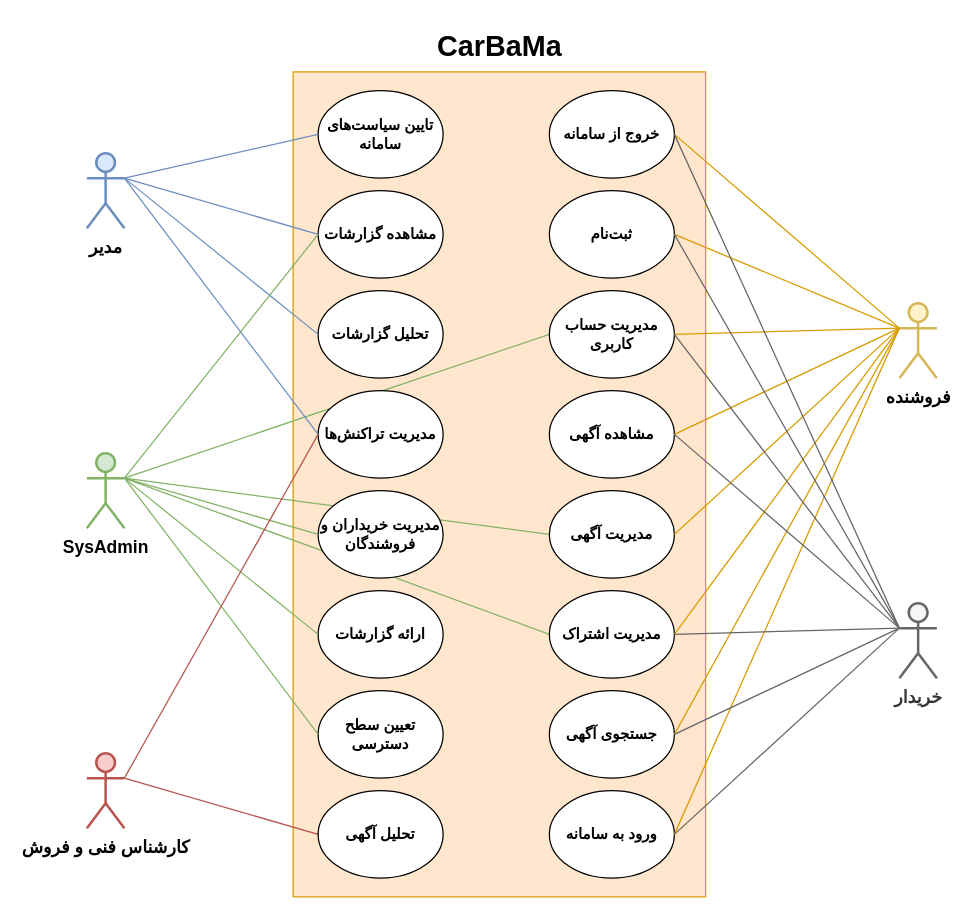
This is UseCase/Diagram/UseCaseDiagram.drawio from MelvinMo/CarBaMa_Automotive-Sale-Application, a draw.io file, before an edit. Source tidied: cells renumbered, new cells numbered last; positions are measured from the earlier drawing's top-left corner, leaving out a move shared by most shapes. Both pictures are drawn from the tidied source at 125%, with x=0, y=0 at pixel (86, 21).
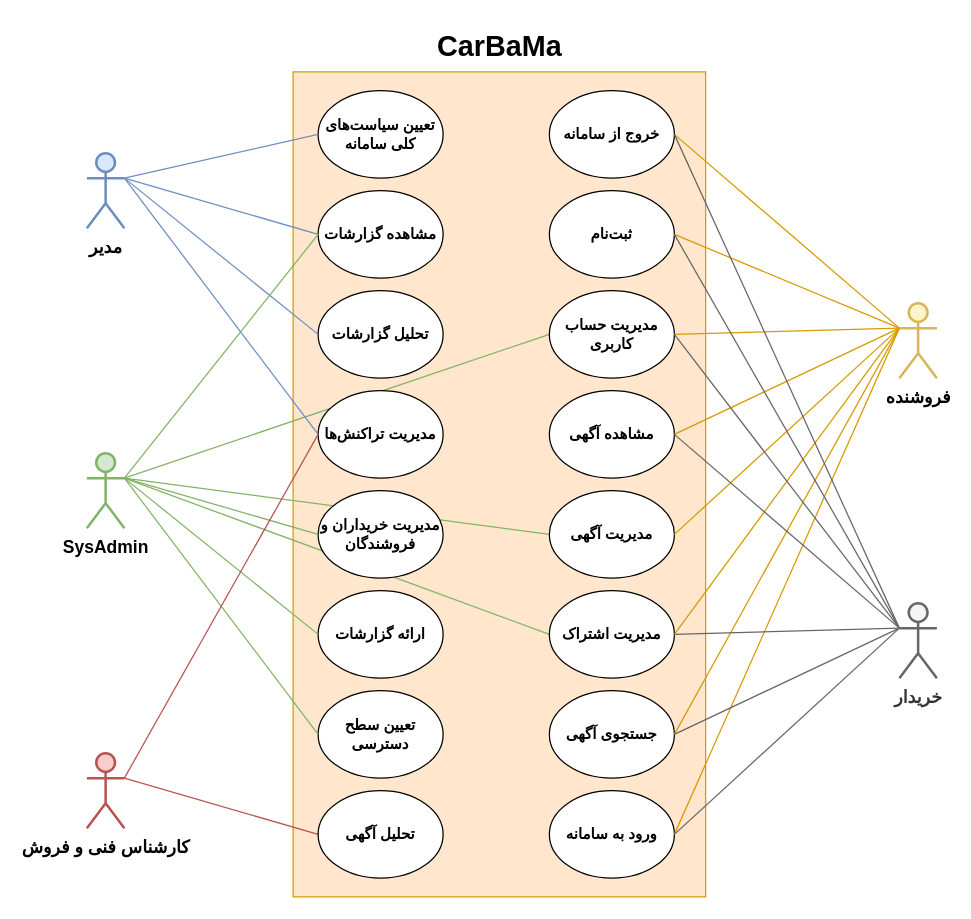
The same page after the edit.

Change to the diagram source:
```diff
@@
-    <mxCell id="14" value="&lt;b&gt;تایین سیاست‌های سامانه&lt;/b&gt;" style="ellipse;whiteSpace=wrap;html=1;strokeColor=#000000;strokeWidth=1;gradientColor=none;" parent="1" vertex="1">
+    <mxCell id="14" value="&lt;b&gt;تعیین سیاست‌های کلی سامانه&lt;/b&gt;" style="ellipse;whiteSpace=wrap;html=1;strokeColor=#000000;strokeWidth=1;gradientColor=none;" parent="1" vertex="1">
       <mxGeometry x="185" y="55" width="100" height="70" as="geometry" />
     </mxCell>
```
